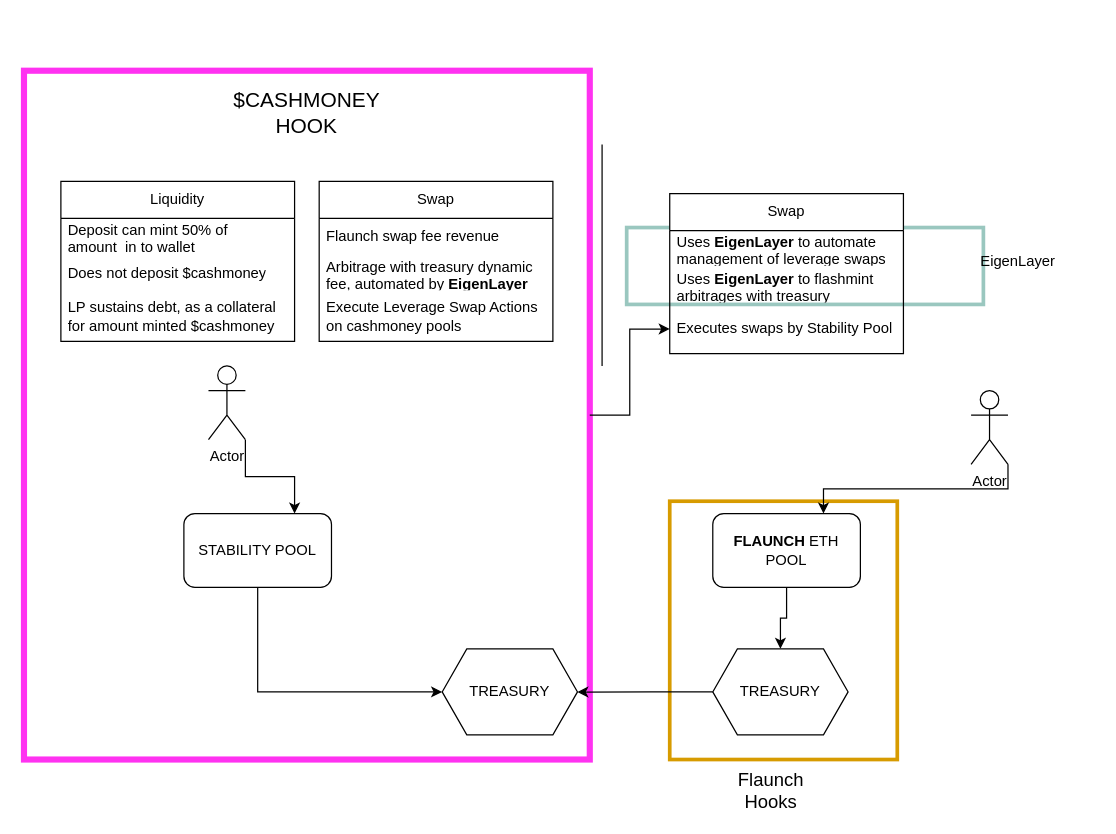
Above: cashmoney.drawio in MiguelBits/cashmoney-contracts (draw.io), before the change. Source tidied: cells renumbered, new cells numbered last; positions are measured from the earlier drawing's top-left corner, leaving out a move shared by most shapes. Both pictures are drawn from the tidied source at 123%, with x=0, y=0 at pixel (23, 70).
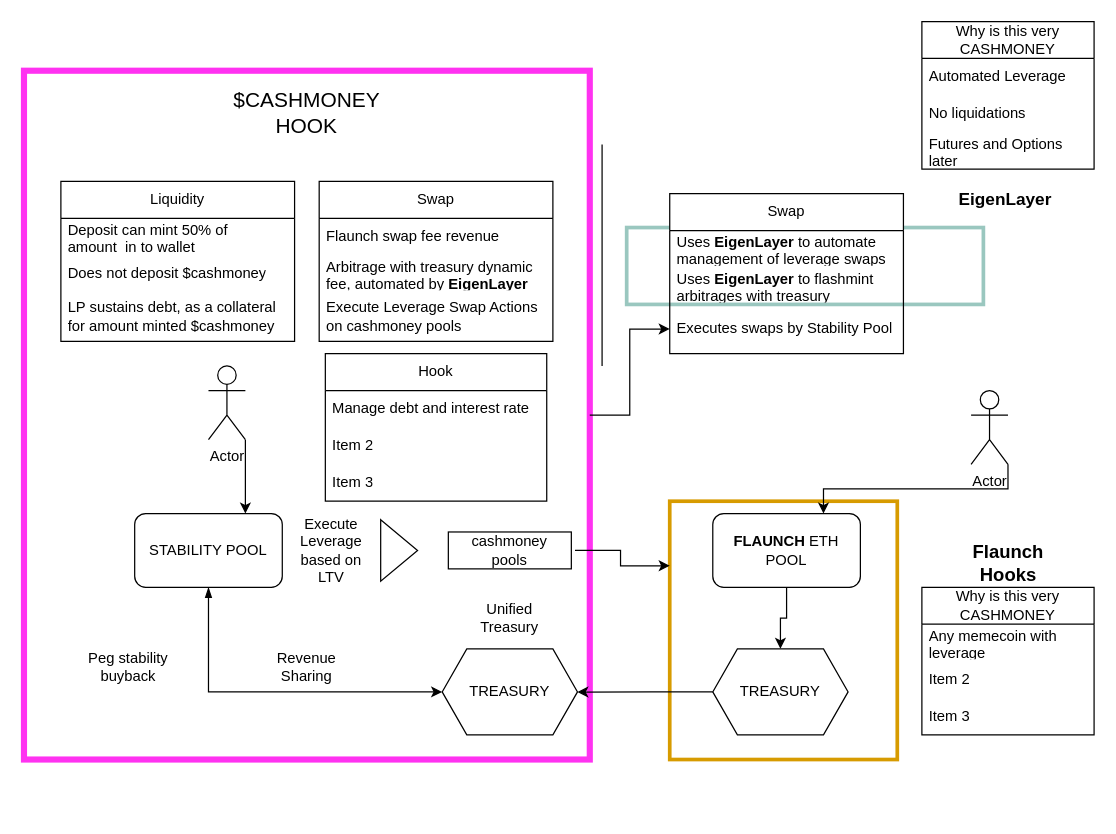
Above is the later version.

The change refers to these unchanged cells:
```xml
<mxCell id="2" style="rounded=0;whiteSpace=wrap;html=1;fillColor=none;strokeColor=#d79b00;strokeWidth=3;" parent="1" vertex="1">
  <mxGeometry x="525" y="350" width="185" height="210" as="geometry" />
</mxCell>
<mxCell id="10" value="TREASURY" style="shape=hexagon;perimeter=hexagonPerimeter2;whiteSpace=wrap;html=1;fixedSize=1;" parent="1" vertex="1">
  <mxGeometry x="340" y="470" width="110" height="70" as="geometry" />
</mxCell>
```

What changed in the source:
```diff
@@
-    <mxCell id="5" style="edgeStyle=orthogonalEdgeStyle;rounded=0;jettySize=auto;html=1;exitX=0.5;exitY=1;exitDx=0;exitDy=0;entryX=0;entryY=0.5;entryDx=0;entryDy=0;" parent="1" edge="1" source="6" target="10">
+    <mxCell id="5" style="edgeStyle=orthogonalEdgeStyle;rounded=0;jettySize=auto;html=1;exitX=0.5;exitY=1;exitDx=0;exitDy=0;entryX=0;entryY=0.5;entryDx=0;entryDy=0;startArrow=blockThin;startFill=1;" parent="1" edge="1" source="6" target="10">
       <mxGeometry relative="1" as="geometry" />
     </mxCell>
     <mxCell id="6" value="STABILITY POOL" style="rounded=1;whiteSpace=wrap;html=1;" parent="1" vertex="1">
-      <mxGeometry x="130" y="360" width="120" height="60" as="geometry" />
+      <mxGeometry x="90" y="360" width="120" height="60" as="geometry" />
     </mxCell>
@@
-    <mxCell id="30" value="Flaunch Hooks" style="text;html=1;align=center;verticalAlign=middle;whiteSpace=wrap;rounded=0;fontSize=15;" parent="1" vertex="1">
-      <mxGeometry x="570" y="570" width="75" height="30" as="geometry" />
+    <mxCell id="30" value="Flaunch Hooks" style="text;html=1;align=center;verticalAlign=middle;whiteSpace=wrap;rounded=0;fontSize=15;fontStyle=1;" parent="1" vertex="1">
+      <mxGeometry x="762.5" y="385" width="75" height="30" as="geometry" />
     </mxCell>
-    <mxCell id="31" value="EigenLayer&amp;nbsp;" style="text;html=1;align=center;verticalAlign=middle;whiteSpace=wrap;rounded=0;" parent="1" vertex="1">
-      <mxGeometry x="780" y="140" width="60" height="30" as="geometry" />
+    <mxCell id="31" value="EigenLayer&amp;nbsp;" style="text;html=1;align=center;verticalAlign=middle;whiteSpace=wrap;rounded=0;fontStyle=1;fontSize=14;" parent="1" vertex="1">
+      <mxGeometry x="770" y="90" width="60" height="30" as="geometry" />
     </mxCell>
@@
+    <mxCell id="33" value="Why is this very CASHMONEY" style="swimlane;fontStyle=0;horizontal=1;startSize=30;whiteSpace=wrap;html=1;" parent="1" vertex="1">
+      <mxGeometry x="730" y="420" width="140" height="120" as="geometry" />
+    </mxCell>
+    <mxCell id="34" value="Any memecoin with leverage" style="text;strokeColor=none;fillColor=none;align=left;verticalAlign=middle;spacingLeft=4;spacingRight=4;overflow=hidden;whiteSpace=wrap;html=1;" parent="33" vertex="1">
+      <mxGeometry y="30" width="140" height="30" as="geometry" />
+    </mxCell>
+    <mxCell id="35" value="Item 2" style="text;strokeColor=none;fillColor=none;align=left;verticalAlign=middle;spacingLeft=4;spacingRight=4;overflow=hidden;whiteSpace=wrap;html=1;" parent="33" vertex="1">
+      <mxGeometry y="60" width="140" height="30" as="geometry" />
+    </mxCell>
+    <mxCell id="36" value="Item 3" style="text;strokeColor=none;fillColor=none;align=left;verticalAlign=middle;spacingLeft=4;spacingRight=4;overflow=hidden;whiteSpace=wrap;html=1;" parent="33" vertex="1">
+      <mxGeometry y="90" width="140" height="30" as="geometry" />
+    </mxCell>
+    <mxCell id="37" value="Why is this very CASHMONEY" style="swimlane;fontStyle=0;horizontal=1;startSize=30;whiteSpace=wrap;html=1;" parent="1" vertex="1">
+      <mxGeometry x="730" y="-40" width="140" height="120" as="geometry" />
+    </mxCell>
+    <mxCell id="38" value="Automated Leverage" style="text;strokeColor=none;fillColor=none;align=left;verticalAlign=middle;spacingLeft=4;spacingRight=4;overflow=hidden;whiteSpace=wrap;html=1;" parent="37" vertex="1">
+      <mxGeometry y="30" width="140" height="30" as="geometry" />
+    </mxCell>
+    <mxCell id="39" value="No liquidations&amp;nbsp;" style="text;strokeColor=none;fillColor=none;align=left;verticalAlign=middle;spacingLeft=4;spacingRight=4;overflow=hidden;whiteSpace=wrap;html=1;" parent="37" vertex="1">
+      <mxGeometry y="60" width="140" height="30" as="geometry" />
+    </mxCell>
+    <mxCell id="40" value="Futures and Options later" style="text;strokeColor=none;fillColor=none;align=left;verticalAlign=middle;spacingLeft=4;spacingRight=4;overflow=hidden;whiteSpace=wrap;html=1;" parent="37" vertex="1">
+      <mxGeometry y="90" width="140" height="30" as="geometry" />
+    </mxCell>
+    <mxCell id="41" value="Revenue Sharing" style="text;html=1;align=center;verticalAlign=middle;whiteSpace=wrap;rounded=0;" parent="1" vertex="1">
+      <mxGeometry x="200" y="470" width="60" height="30" as="geometry" />
+    </mxCell>
+    <mxCell id="42" value="Peg stability buyback" style="text;html=1;align=center;verticalAlign=middle;whiteSpace=wrap;rounded=0;" parent="1" vertex="1">
+      <mxGeometry x="40" y="470" width="90" height="30" as="geometry" />
+    </mxCell>
+    <mxCell id="43" value="Unified Treasury" style="text;html=1;align=center;verticalAlign=middle;whiteSpace=wrap;rounded=0;" parent="1" vertex="1">
+      <mxGeometry x="365" y="430" width="60" height="30" as="geometry" />
+    </mxCell>
+    <mxCell id="44" style="triangle;whiteSpace=wrap;html=1;" parent="1" vertex="1">
+      <mxGeometry x="290" y="365" width="30" height="50" as="geometry" />
+    </mxCell>
+    <mxCell id="45" style="edgeStyle=orthogonalEdgeStyle;rounded=0;jettySize=auto;html=1;exitX=1;exitY=0.5;exitDx=0;exitDy=0;entryX=0;entryY=0.25;entryDx=0;entryDy=0;" parent="1" edge="1" source="46" target="2">
+      <mxGeometry relative="1" as="geometry" />
+    </mxCell>
+    <mxCell id="46" value="cashmoney&lt;div&gt;pools&lt;/div&gt;" style="text;html=1;align=center;verticalAlign=middle;whiteSpace=wrap;rounded=0;strokeColor=default;perimeterSpacing=3;" parent="1" vertex="1">
+      <mxGeometry x="345" y="375" width="100" height="30" as="geometry" />
+    </mxCell>
+    <mxCell id="47" value="Execute Leverage based on LTV" style="text;html=1;align=center;verticalAlign=middle;whiteSpace=wrap;rounded=0;" parent="1" vertex="1">
+      <mxGeometry x="220" y="375" width="60" height="30" as="geometry" />
+    </mxCell>
+    <mxCell id="48" value="Hook" style="swimlane;fontStyle=0;horizontal=1;startSize=30;whiteSpace=wrap;html=1;" parent="1" vertex="1">
+      <mxGeometry x="245" y="230" width="180" height="120" as="geometry" />
+    </mxCell>
+    <mxCell id="49" value="Manage debt and interest rate" style="text;strokeColor=none;fillColor=none;align=left;verticalAlign=middle;spacingLeft=4;spacingRight=4;overflow=hidden;whiteSpace=wrap;html=1;" parent="48" vertex="1">
+      <mxGeometry y="30" width="180" height="30" as="geometry" />
+    </mxCell>
+    <mxCell id="50" value="Item 2" style="text;strokeColor=none;fillColor=none;align=left;verticalAlign=middle;spacingLeft=4;spacingRight=4;overflow=hidden;whiteSpace=wrap;html=1;" parent="48" vertex="1">
+      <mxGeometry y="60" width="180" height="30" as="geometry" />
+    </mxCell>
+    <mxCell id="51" value="Item 3" style="text;strokeColor=none;fillColor=none;align=left;verticalAlign=middle;spacingLeft=4;spacingRight=4;overflow=hidden;whiteSpace=wrap;html=1;" parent="48" vertex="1">
+      <mxGeometry y="90" width="180" height="30" as="geometry" />
+    </mxCell>
```
